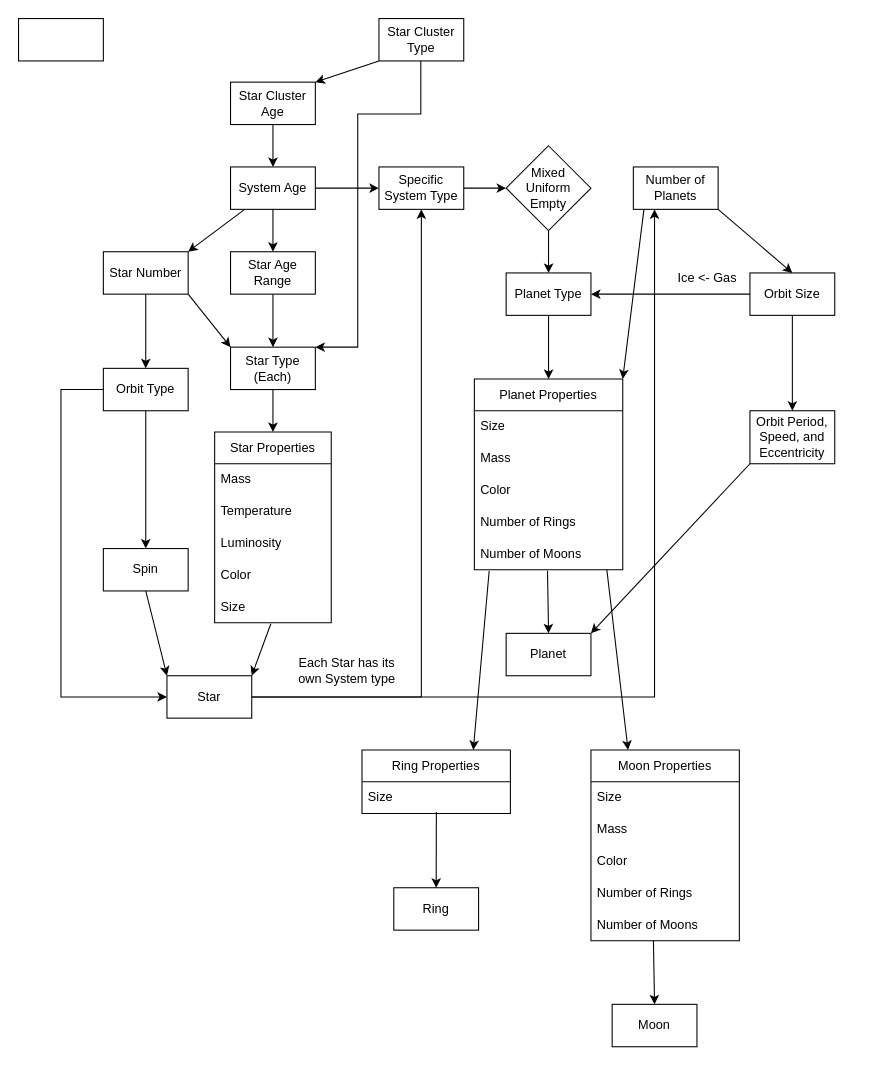
The draw.io diagram addons/SystemGen.drawio in Pekersen/NFTL_Test_1.1, before the edit. Source tidied: cells renumbered, new cells numbered last; positions are measured from the earlier drawing's top-left corner, leaving out a move shared by most shapes. Both pictures are drawn from the tidied source at 106%, with x=0, y=0 at pixel (18, 18).
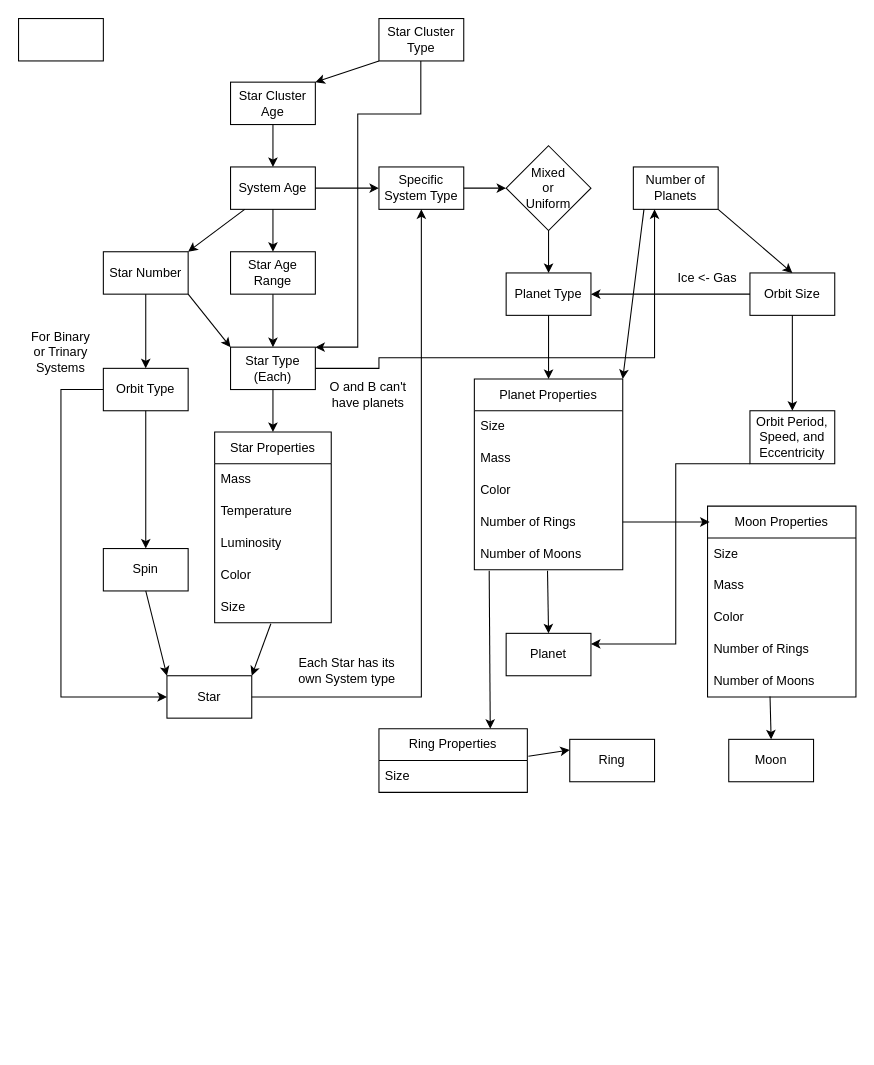
After the change.

Unchanged cells that the change refers to:
```xml
<mxCell id="14" value="Star Type (Each)" style="rounded=0;whiteSpace=wrap;html=1;" parent="1" vertex="1">
  <mxGeometry x="200" y="310" width="80" height="40" as="geometry" />
</mxCell>
<mxCell id="27" value="Star" style="rounded=0;whiteSpace=wrap;html=1;" parent="1" vertex="1">
  <mxGeometry x="140" y="620" width="80" height="40" as="geometry" />
</mxCell>
<mxCell id="42" value="Number of Rings" style="text;strokeColor=none;fillColor=none;align=left;verticalAlign=middle;spacingLeft=4;spacingRight=4;overflow=hidden;points=[[0,0.5],[1,0.5]];portConstraint=eastwest;whiteSpace=wrap;html=1;" parent="38" vertex="1">
  <mxGeometry y="120" width="140" height="30" as="geometry" />
</mxCell>
<mxCell id="54" value="Orbit Period, Speed, and Eccentricity" style="rounded=0;whiteSpace=wrap;html=1;" parent="1" vertex="1">
  <mxGeometry x="690" y="370" width="80" height="50" as="geometry" />
</mxCell>
<mxCell id="56" value="Planet" style="rounded=0;whiteSpace=wrap;html=1;" parent="1" vertex="1">
  <mxGeometry x="460" y="580" width="80" height="40" as="geometry" />
</mxCell>
<mxCell id="60" value="Size" style="text;strokeColor=none;fillColor=none;align=left;verticalAlign=middle;spacingLeft=4;spacingRight=4;overflow=hidden;points=[[0,0.5],[1,0.5]];portConstraint=eastwest;whiteSpace=wrap;html=1;" parent="59" vertex="1">
  <mxGeometry y="30" width="140" height="30" as="geometry" />
</mxCell>
```

The edit, as a diff of the source:
```diff
@@
-    <mxCell id="17" value="Mixed&lt;div&gt;Uniform&lt;/div&gt;&lt;div&gt;Empty&lt;/div&gt;" style="rhombus;whiteSpace=wrap;html=1;" parent="1" vertex="1">
+    <mxCell id="17" value="Mixed&lt;div&gt;or&lt;br&gt;&lt;div&gt;Uniform&lt;/div&gt;&lt;/div&gt;" style="rhombus;whiteSpace=wrap;html=1;" parent="1" vertex="1">
       <mxGeometry x="460" y="120" width="80" height="80" as="geometry" />
     </mxCell>
@@
-    <mxCell id="31" style="endArrow=classic;html=1;rounded=0;edgeStyle=orthogonalEdgeStyle;exitX=1;exitY=0.5;exitDx=0;exitDy=0;" parent="1" edge="1" source="27">
+    <mxCell id="31" style="endArrow=classic;html=1;rounded=0;edgeStyle=orthogonalEdgeStyle;exitX=1;exitY=0.5;exitDx=0;exitDy=0;" parent="1" edge="1" source="14">
       <mxGeometry relative="1" as="geometry">
         <mxPoint x="600" y="180" as="targetPoint" />
         <Array as="points">
-          <mxPoint x="600" y="640" />
-          <mxPoint x="600" y="180" />
+          <mxPoint x="340" y="330" />
+          <mxPoint x="340" y="320" />
+          <mxPoint x="600" y="320" />
         </Array>
       </mxGeometry>
     </mxCell>
@@
     <mxCell id="44" value="Moon Properties" style="swimlane;fontStyle=0;horizontal=1;startSize=30;whiteSpace=wrap;html=1;" parent="1" vertex="1">
-      <mxGeometry x="540" y="690" width="140" height="180" as="geometry" />
+      <mxGeometry x="650" y="460" width="140" height="180" as="geometry" />
     </mxCell>
@@
-    <mxCell id="58" style="endArrow=classic;html=1;rounded=0;exitX=0;exitY=1;exitDx=0;exitDy=0;entryX=1;entryY=0;entryDx=0;entryDy=0;" parent="1" edge="1" source="54" target="56">
-      <mxGeometry relative="1" as="geometry" />
+    <mxCell id="58" style="endArrow=classic;html=1;rounded=0;exitX=0;exitY=1;exitDx=0;exitDy=0;entryX=1;entryY=0.25;entryDx=0;entryDy=0;edgeStyle=orthogonalEdgeStyle;" parent="1" edge="1" source="54" target="56">
+      <mxGeometry relative="1" as="geometry">
+        <Array as="points">
+          <mxPoint x="620" y="420" />
+          <mxPoint x="620" y="590" />
+        </Array>
+      </mxGeometry>
     </mxCell>
     <mxCell id="59" value="Ring Properties" style="swimlane;fontStyle=0;horizontal=1;startSize=30;whiteSpace=wrap;html=1;" parent="1" vertex="1">
-      <mxGeometry x="324" y="690" width="140" height="60" as="geometry" />
+      <mxGeometry x="340" y="670" width="140" height="60" as="geometry" />
     </mxCell>
@@
-    <mxCell id="65" style="endArrow=classic;html=1;rounded=0;entryX=0.25;entryY=0;entryDx=0;entryDy=0;" parent="1" edge="1" target="44">
-      <mxGeometry relative="1" as="geometry">
-        <mxPoint x="555" y="520" as="sourcePoint" />
-      </mxGeometry>
+    <mxCell id="65" style="endArrow=classic;html=1;rounded=0;entryX=0.014;entryY=0.083;entryDx=0;entryDy=0;exitX=1;exitY=0.5;exitDx=0;exitDy=0;entryPerimeter=0;" parent="1" edge="1" source="42" target="44">
+      <mxGeometry relative="1" as="geometry" />
     </mxCell>
     <mxCell id="66" value="Ring" style="rounded=0;whiteSpace=wrap;html=1;" parent="1" vertex="1">
-      <mxGeometry x="354" y="820" width="80" height="40" as="geometry" />
+      <mxGeometry x="520" y="680" width="80" height="40" as="geometry" />
     </mxCell>
     <mxCell id="67" value="Moon" style="rounded=0;whiteSpace=wrap;html=1;" parent="1" vertex="1">
-      <mxGeometry x="560" y="930" width="80" height="40" as="geometry" />
+      <mxGeometry x="670" y="680" width="80" height="40" as="geometry" />
     </mxCell>
-    <mxCell id="68" style="endArrow=classic;html=1;rounded=0;exitX=0.501;exitY=0.949;exitDx=0;exitDy=0;exitPerimeter=0;entryX=0.5;entryY=0;entryDx=0;entryDy=0;" parent="1" edge="1" source="60" target="66">
+    <mxCell id="68" style="endArrow=classic;html=1;rounded=0;exitX=1.007;exitY=-0.133;exitDx=0;exitDy=0;exitPerimeter=0;entryX=0;entryY=0.25;entryDx=0;entryDy=0;" parent="1" edge="1" source="60" target="66">
       <mxGeometry relative="1" as="geometry" />
     </mxCell>
@@
+    <mxCell id="72" value="O and B can't have planets" style="text;html=1;align=center;verticalAlign=middle;whiteSpace=wrap;rounded=0;" parent="1" vertex="1">
+      <mxGeometry x="290" y="340" width="80" height="30" as="geometry" />
+    </mxCell>
+    <mxCell id="73" value="For Binary or Trinary Systems" style="text;html=1;align=center;verticalAlign=middle;whiteSpace=wrap;rounded=0;" parent="1" vertex="1">
+      <mxGeometry x="10" y="300" width="60" height="30" as="geometry" />
+    </mxCell>
```
